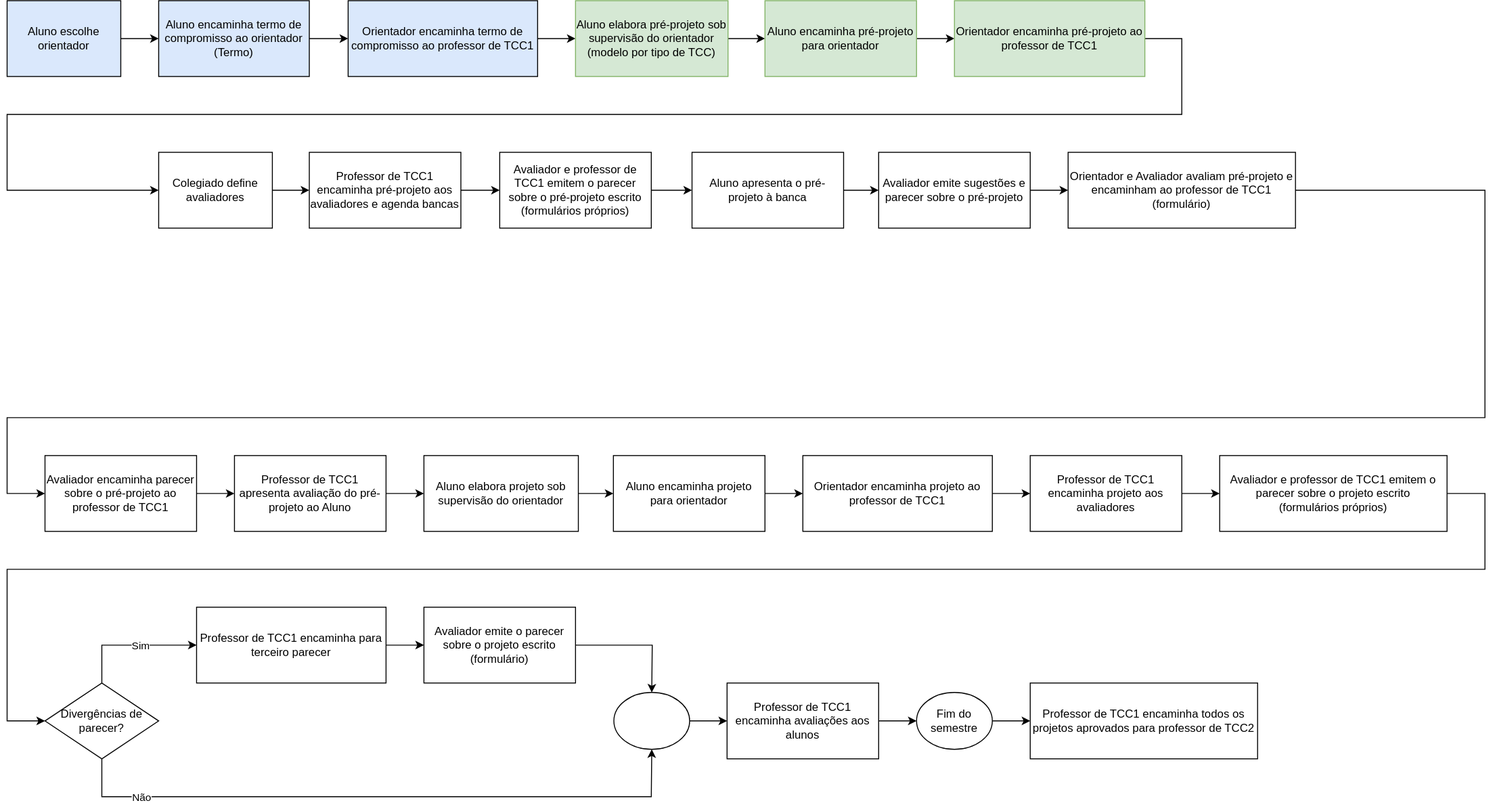
dalton-reis/disciplina_TCC1_Privado keeps this draw.io diagram as _BCC/Cronogramas/cronogramaFluxograma.drawio.svg. Above is the earlier version. Source tidied: cells renumbered, new cells last; positions are measured from the earlier drawing's top-left corner, leaving out a move shared by most shapes.
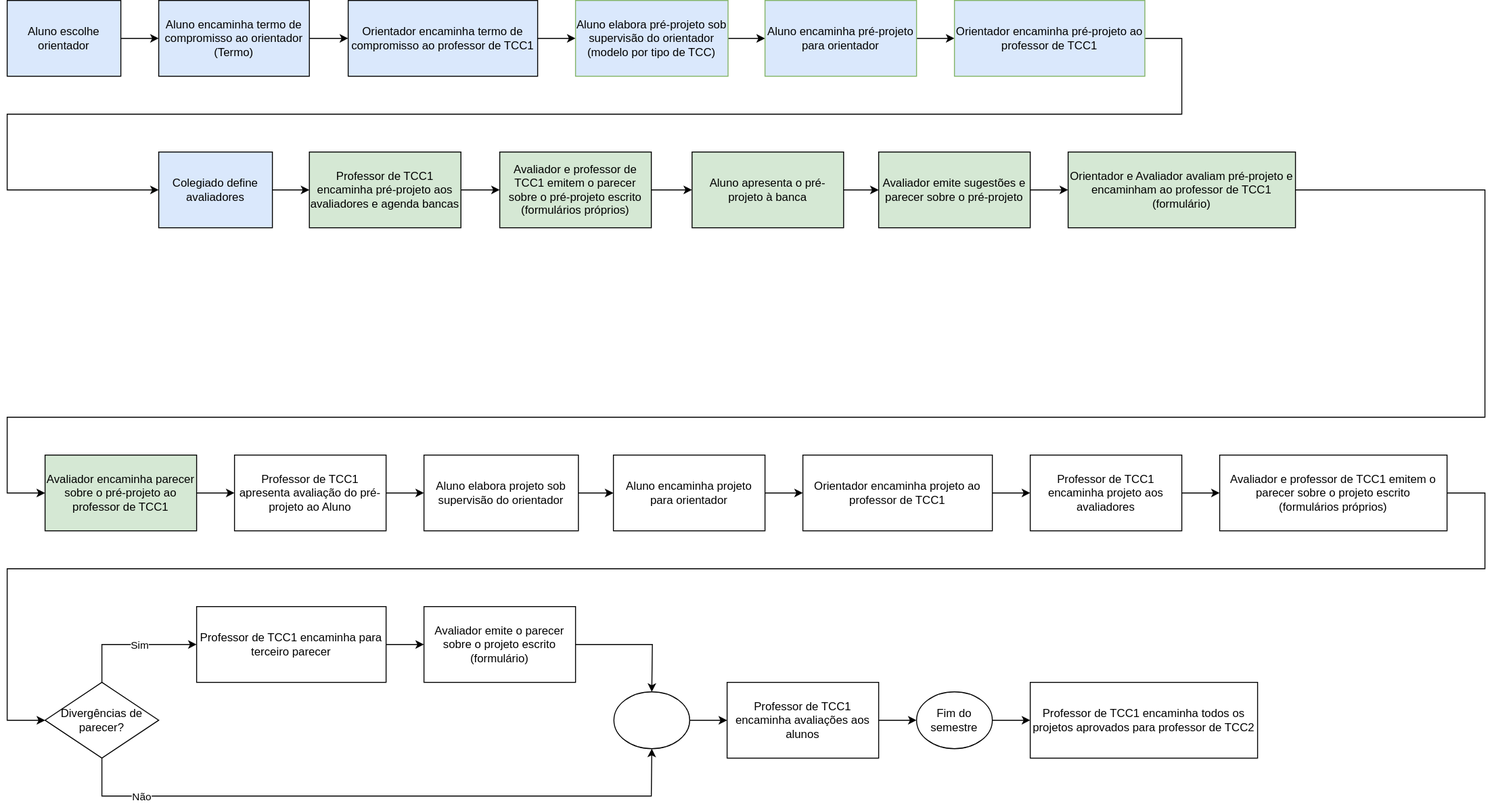
The same diagram one commit later.

Change to the diagram source:
```diff
@@ -23,13 +23,13 @@
     <mxCell id="8" style="edgeStyle=orthogonalEdgeStyle;rounded=0;jettySize=auto;html=1;strokeColor=#000000;fontColor=#000000;fillColor=#dae8fc;" parent="1" edge="1" source="9" target="11">
       <mxGeometry relative="1" as="geometry" />
     </mxCell>
-    <mxCell id="9" value="Aluno elabora pré-projeto sob supervisão do orientador&lt;br&gt;(modelo por tipo de TCC)" style="whiteSpace=wrap;html=1;fillColor=#d5e8d4;strokeColor=#82b366;" parent="1" vertex="1">
+    <mxCell id="9" value="Aluno elabora pré-projeto sob supervisão do orientador&lt;br&gt;(modelo por tipo de TCC)" style="whiteSpace=wrap;html=1;fillColor=#dae8fc;strokeColor=#82b366;" parent="1" vertex="1">
       <mxGeometry x="600" width="161" height="80" as="geometry" />
     </mxCell>
     <mxCell id="10" style="edgeStyle=orthogonalEdgeStyle;rounded=0;jettySize=auto;html=1;fillColor=#d5e8d4;strokeColor=#000000;fontColor=#000000;" parent="1" edge="1" source="11" target="13">
       <mxGeometry relative="1" as="geometry" />
     </mxCell>
-    <mxCell id="11" value="Aluno encaminha pré-projeto para orientador" style="whiteSpace=wrap;html=1;fillColor=#d5e8d4;strokeColor=#82b366;" parent="1" vertex="1">
+    <mxCell id="11" value="Aluno encaminha pré-projeto para orientador" style="whiteSpace=wrap;html=1;fillColor=#dae8fc;strokeColor=#82b366;" parent="1" vertex="1">
       <mxGeometry x="800" width="160" height="80" as="geometry" />
     </mxCell>
     <mxCell id="12" style="edgeStyle=orthogonalEdgeStyle;rounded=0;jettySize=auto;html=1;fontColor=#000000;entryX=0;entryY=0.5;entryDx=0;entryDy=0;" parent="1" edge="1" source="13" target="15">
@@ -42,13 +42,13 @@
         </Array>
       </mxGeometry>
     </mxCell>
-    <mxCell id="13" value="Orientador encaminha pré-projeto ao professor de TCC1" style="whiteSpace=wrap;html=1;fillColor=#d5e8d4;strokeColor=#82b366;" parent="1" vertex="1">
+    <mxCell id="13" value="Orientador encaminha pré-projeto ao professor de TCC1" style="whiteSpace=wrap;html=1;fillColor=#dae8fc;strokeColor=#82b366;" parent="1" vertex="1">
       <mxGeometry x="1000" width="201" height="80" as="geometry" />
     </mxCell>
     <mxCell id="14" style="edgeStyle=orthogonalEdgeStyle;rounded=0;jettySize=auto;html=1;fillColor=#d5e8d4;strokeColor=default;fontColor=#000000;" parent="1" edge="1" source="15" target="18">
       <mxGeometry relative="1" as="geometry" />
     </mxCell>
-    <mxCell id="15" value="Colegiado define avaliadores" style="whiteSpace=wrap;html=1;fillColor=none;strokeColor=default;fontColor=#000000;" parent="1" vertex="1">
+    <mxCell id="15" value="Colegiado define avaliadores" style="whiteSpace=wrap;html=1;fillColor=#dae8fc;strokeColor=default;fontColor=#000000;" parent="1" vertex="1">
       <mxGeometry x="160" y="160" width="120" height="80" as="geometry" />
     </mxCell>
     <mxCell id="16" style="edgeStyle=orthogonalEdgeStyle;rounded=0;jettySize=auto;html=1;exitX=1;exitY=0.5;exitDx=0;exitDy=0;fontColor=#000000;" parent="1" edge="1" source="27" target="20">
@@ -57,22 +57,22 @@
     <mxCell id="17" style="edgeStyle=orthogonalEdgeStyle;rounded=0;jettySize=auto;html=1;fontColor=#000000;" parent="1" edge="1" source="18" target="27">
       <mxGeometry relative="1" as="geometry" />
     </mxCell>
-    <mxCell id="18" value="Professor de TCC1 encaminha pré-projeto aos avaliadores e agenda bancas" style="whiteSpace=wrap;html=1;fillColor=none;strokeColor=default;fontColor=#000000;" parent="1" vertex="1">
+    <mxCell id="18" value="Professor de TCC1 encaminha pré-projeto aos avaliadores e agenda bancas" style="whiteSpace=wrap;html=1;fillColor=#d5e8d4;strokeColor=default;fontColor=#000000;" parent="1" vertex="1">
       <mxGeometry x="319" y="160" width="160" height="80" as="geometry" />
     </mxCell>
     <mxCell id="19" style="edgeStyle=orthogonalEdgeStyle;rounded=0;jettySize=auto;html=1;fontColor=#000000;" parent="1" edge="1" source="20" target="22">
       <mxGeometry relative="1" as="geometry" />
     </mxCell>
-    <mxCell id="20" value="Aluno apresenta o pré-projeto à banca" style="whiteSpace=wrap;html=1;fillColor=none;strokeColor=default;fontColor=#000000;" parent="1" vertex="1">
+    <mxCell id="20" value="Aluno apresenta o pré-projeto à banca" style="whiteSpace=wrap;html=1;fillColor=#d5e8d4;strokeColor=default;fontColor=#000000;" parent="1" vertex="1">
       <mxGeometry x="723" y="160" width="160" height="80" as="geometry" />
     </mxCell>
     <mxCell id="21" style="edgeStyle=orthogonalEdgeStyle;rounded=0;jettySize=auto;html=1;fontColor=#000000;" parent="1" edge="1" source="22" target="23">
       <mxGeometry relative="1" as="geometry" />
     </mxCell>
-    <mxCell id="22" value="Avaliador emite sugestões e parecer sobre o pré-projeto" style="whiteSpace=wrap;html=1;fillColor=none;strokeColor=default;fontColor=#000000;" parent="1" vertex="1">
+    <mxCell id="22" value="Avaliador emite sugestões e parecer sobre o pré-projeto" style="whiteSpace=wrap;html=1;fillColor=#d5e8d4;strokeColor=default;fontColor=#000000;" parent="1" vertex="1">
       <mxGeometry x="920" y="160" width="160" height="80" as="geometry" />
     </mxCell>
-    <mxCell id="23" value="Orientador e Avaliador avaliam pré-projeto e encaminham ao professor de TCC1&lt;br&gt;(formulário)" style="whiteSpace=wrap;html=1;fillColor=none;strokeColor=default;fontColor=#000000;" parent="1" vertex="1">
+    <mxCell id="23" value="Orientador e Avaliador avaliam pré-projeto e encaminham ao professor de TCC1&lt;br&gt;(formulário)" style="whiteSpace=wrap;html=1;fillColor=#d5e8d4;strokeColor=default;fontColor=#000000;" parent="1" vertex="1">
       <mxGeometry x="1120" y="160" width="240" height="80" as="geometry" />
     </mxCell>
     <mxCell id="24" style="edgeStyle=orthogonalEdgeStyle;rounded=0;jettySize=auto;html=1;fontColor=#000000;exitX=1;exitY=0.5;exitDx=0;exitDy=0;" parent="1" edge="1" source="23" target="26">
@@ -88,10 +88,10 @@
     <mxCell id="25" style="edgeStyle=orthogonalEdgeStyle;rounded=0;jettySize=auto;html=1;fontColor=#000000;" parent="1" edge="1" source="26" target="29">
       <mxGeometry relative="1" as="geometry" />
     </mxCell>
-    <mxCell id="26" value="Avaliador encaminha parecer sobre o pré-projeto ao professor de TCC1" style="whiteSpace=wrap;html=1;fillColor=none;strokeColor=default;fontColor=#000000;" parent="1" vertex="1">
+    <mxCell id="26" value="Avaliador encaminha parecer sobre o pré-projeto ao professor de TCC1" style="whiteSpace=wrap;html=1;fillColor=#d5e8d4;strokeColor=default;fontColor=#000000;" parent="1" vertex="1">
       <mxGeometry x="40" y="480" width="160" height="80" as="geometry" />
     </mxCell>
-    <mxCell id="27" value="Avaliador e professor de TCC1 emitem o parecer sobre o pré-projeto escrito&lt;br&gt;(formulários próprios)" style="whiteSpace=wrap;html=1;fillColor=none;strokeColor=default;fontColor=#000000;" parent="1" vertex="1">
+    <mxCell id="27" value="Avaliador e professor de TCC1 emitem o parecer sobre o pré-projeto escrito&lt;br&gt;(formulários próprios)" style="whiteSpace=wrap;html=1;fillColor=#d5e8d4;strokeColor=default;fontColor=#000000;" parent="1" vertex="1">
       <mxGeometry x="520" y="160" width="160" height="80" as="geometry" />
     </mxCell>
     <mxCell id="28" style="edgeStyle=orthogonalEdgeStyle;rounded=0;jettySize=auto;html=1;fontColor=#000000;" parent="1" edge="1" source="29" target="31">
```
